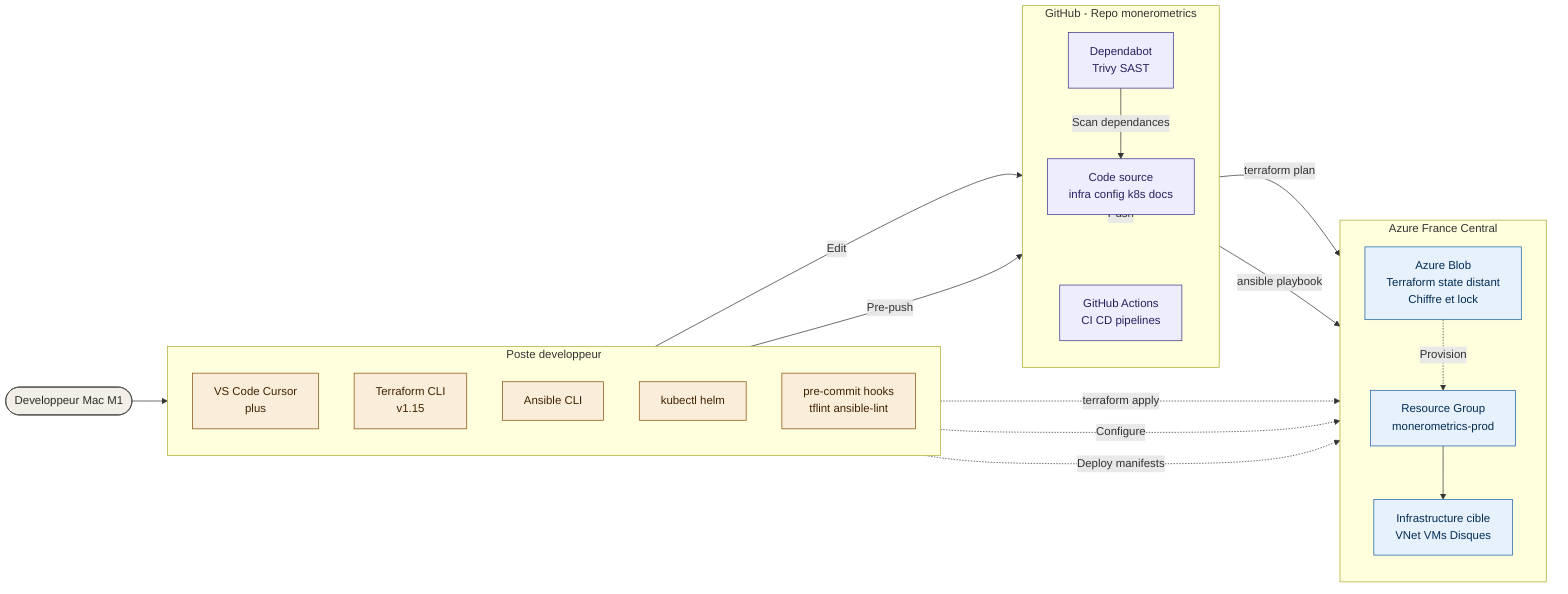
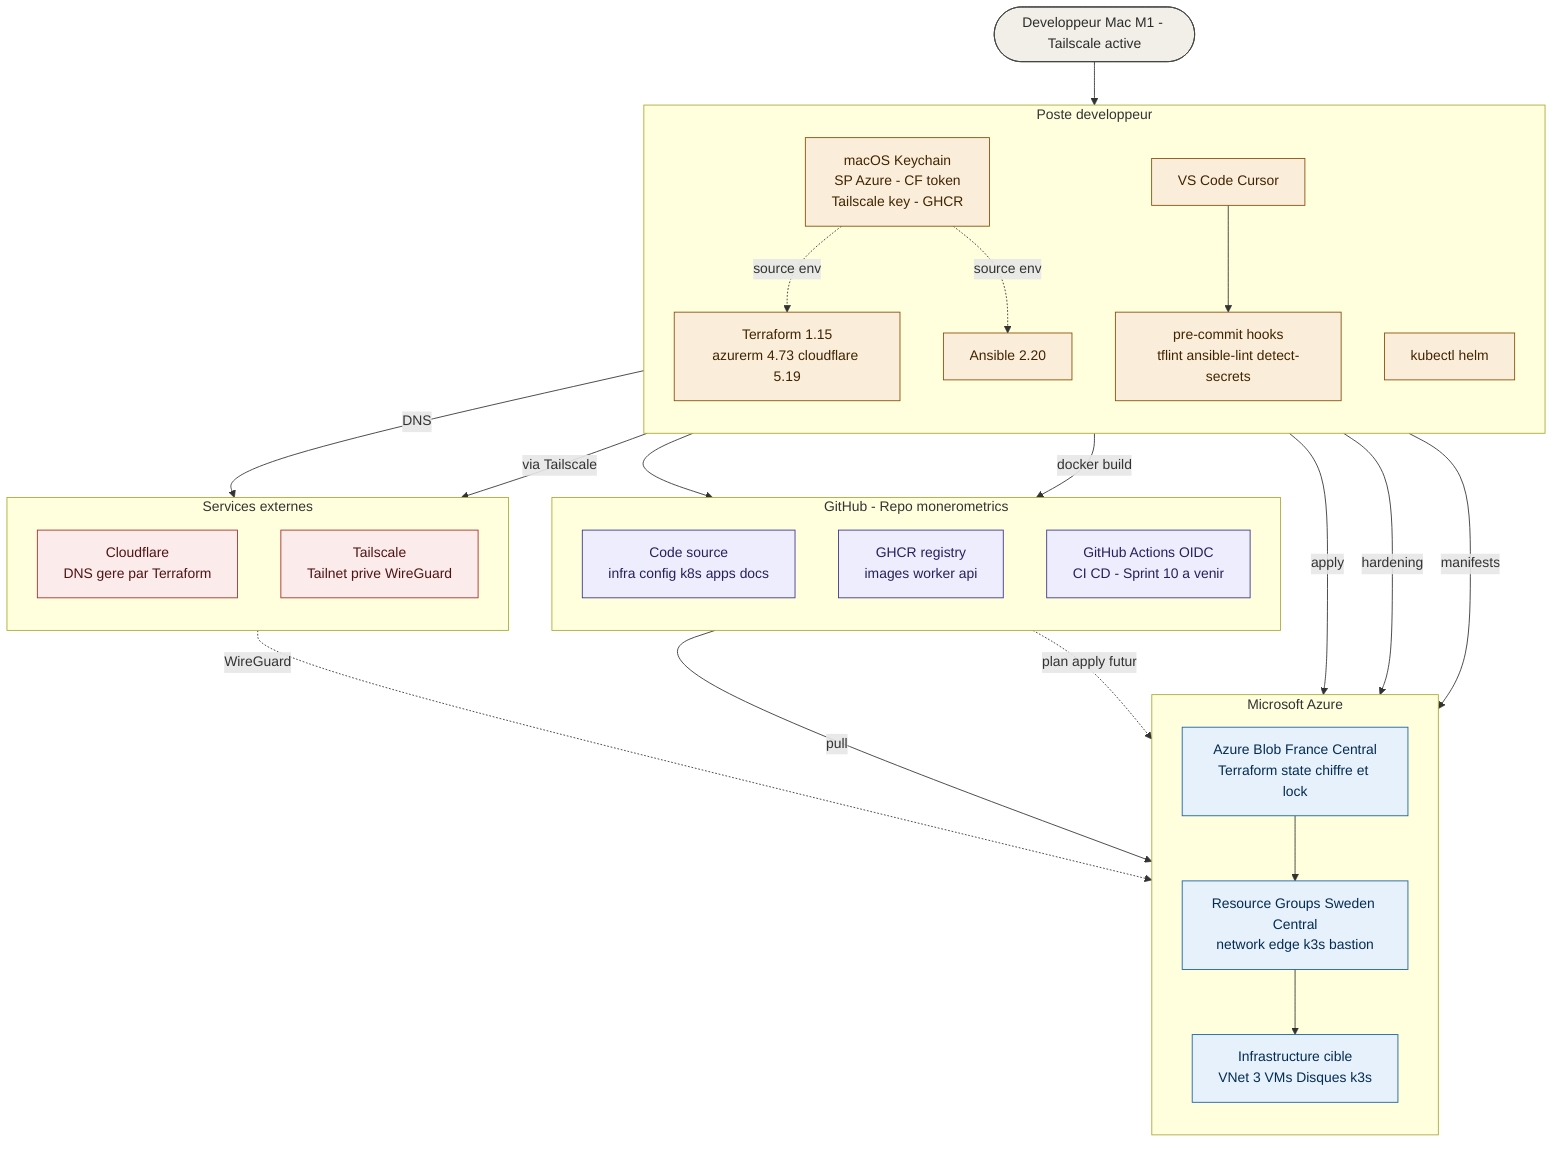
- flowchart LR
-     Dev([Developpeur Mac M1])
+ flowchart TB
+     Dev([Developpeur Mac M1 - Tailscale active])

    subgraph Local["Poste developpeur"]
        direction TB
-         IDE["VS Code Cursor<br/>plus "]
-         TF["Terraform CLI<br/>v1.15"]
-         ANS["Ansible CLI"]
+         IDE["VS Code Cursor"]
+         KC["macOS Keychain<br/>SP Azure - CF token<br/>Tailscale key - GHCR"]
+         Pre["pre-commit hooks<br/>tflint ansible-lint detect-secrets"]
+         TF["Terraform 1.15<br/>azurerm 4.73 cloudflare 5.19"]
+         ANS["Ansible 2.20"]
        KUB["kubectl helm"]
-         Pre["pre-commit hooks<br/>tflint ansible-lint"]
    end

    subgraph GH["GitHub - Repo monerometrics"]
        direction TB
-         Code["Code source<br/>infra config k8s docs"]
-         Actions["GitHub Actions<br/>CI CD pipelines"]
-         Sec["Dependabot<br/>Trivy SAST"]
+         Code["Code source<br/>infra config k8s apps docs"]
+         GHCR["GHCR registry<br/>images worker api"]
+         Actions["GitHub Actions OIDC<br/>CI CD - Sprint 10 a venir"]
    end

-     subgraph Azure["Azure France Central"]
+     subgraph ExtSvc["Services externes"]
        direction TB
-         State["Azure Blob<br/>Terraform state distant<br/>Chiffre et lock"]
-         RG["Resource Group<br/>monerometrics-prod"]
-         VMs["Infrastructure cible<br/>VNet VMs Disques"]
+         CF["Cloudflare<br/>DNS gere par Terraform"]
+         TS["Tailscale<br/>Tailnet prive WireGuard"]
+     end
+ 
+     subgraph Azure["Microsoft Azure"]
+         direction TB
+         State["Azure Blob France Central<br/>Terraform state chiffre et lock"]
+         RG["Resource Groups Sweden Central<br/>network edge k3s bastion"]
+         VMs["Infrastructure cible<br/>VNet 3 VMs Disques k3s"]
    end

    Dev --> IDE
-     IDE -->|Edit| Code
-     Pre -->|Pre-push| Code
-     Code -->|Push| GH
-     Actions -->|terraform plan| State
-     Actions -->|ansible playbook| VMs
-     Sec -->|Scan dependances| Code
-     TF -.->|terraform apply| State
-     State -.->|Provision| RG
-     ANS -.->|Configure| VMs
-     KUB -.->|Deploy manifests| VMs
+     KC -.->|source env| TF
+     KC -.->|source env| ANS
+ 
+     IDE --> Pre
+     Pre --> Code
+     IDE -->|docker build| GHCR
+ 
+     TF -->|apply| State
+     TF -->|DNS| CF
+     State --> RG
    RG --> VMs
+ 
+     ANS -->|via Tailscale| TS
+     TS -.->|WireGuard| VMs
+     ANS -->|hardening| VMs
+     KUB -->|manifests| VMs
+     GHCR -->|pull| VMs
+ 
+     Actions -.->|plan apply futur| State

    classDef local fill:#FAEEDA,stroke:#854F0B,color:#412402
    classDef github fill:#EEEDFE,stroke:#3C3489,color:#26215C
    classDef azure fill:#E6F1FB,stroke:#185FA5,color:#042C53
-     classDef ext fill:#F1EFE8,stroke:#444441,color:#2C2C2A
+     classDef ext fill:#FCEBEB,stroke:#A32D2D,color:#501313
+     classDef extdev fill:#F1EFE8,stroke:#444441,color:#2C2C2A

-     class IDE,TF,ANS,KUB,Pre local
-     class Code,Actions,Sec github
+     class IDE,TF,ANS,KUB,Pre,KC local
+     class Code,Actions,GHCR github
    class State,RG,VMs azure
-     class Dev ext
+     class CF,TS ext
+     class Dev extdev
